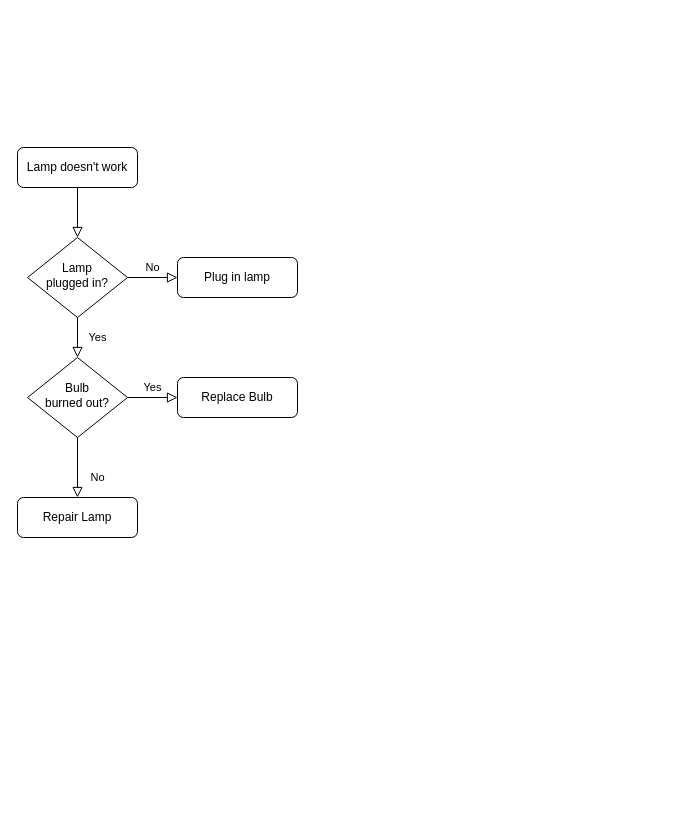
The draw.io diagram src/ReviewBanking.drawio in YunJuHyung/JAVAPractice, before the edit. Source tidied: cells renumbered, new cells numbered last; positions are measured from the earlier drawing's top-left corner, leaving out a move shared by most shapes. Both pictures are drawn from the tidied source at 100%, with x=0, y=0 at pixel (17, 147).
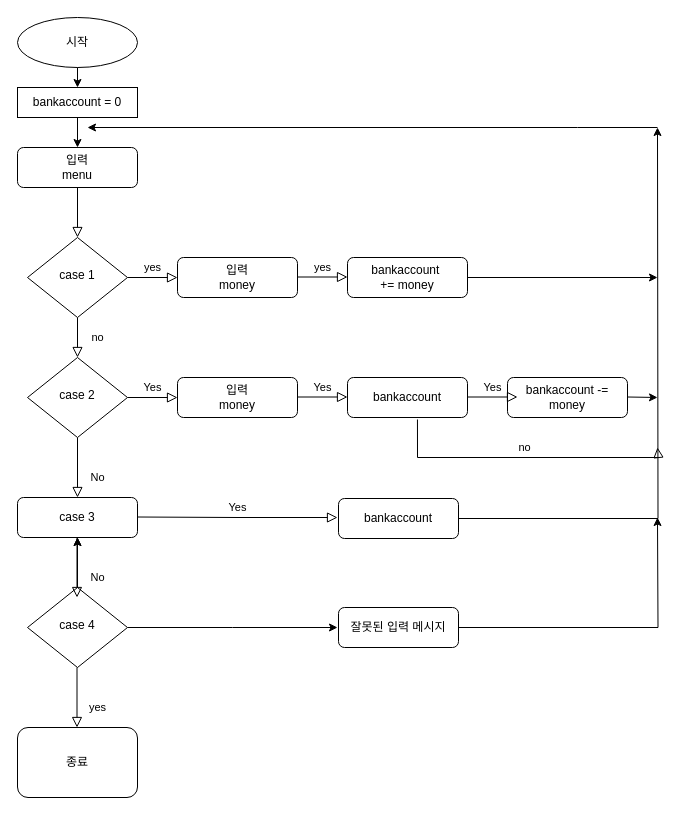
Above is the later version.

Diff of the diagram source:
```diff
@@
-    <mxCell id="3" value="Lamp doesn't work" style="rounded=1;whiteSpace=wrap;html=1;fontSize=12;glass=0;strokeWidth=1;shadow=0;" parent="1" vertex="1">
+    <mxCell id="3" value="입력&lt;br&gt;menu" style="rounded=1;whiteSpace=wrap;html=1;fontSize=12;glass=0;strokeWidth=1;shadow=0;" parent="1" vertex="1">
       <mxGeometry width="120" height="40" as="geometry" />
     </mxCell>
-    <mxCell id="4" value="Yes" style="rounded=0;html=1;jettySize=auto;fontSize=11;endArrow=block;endFill=0;endSize=8;strokeWidth=1;shadow=0;labelBackgroundColor=none;edgeStyle=orthogonalEdgeStyle;" parent="1" edge="1" source="6" target="10">
+    <mxCell id="4" value="no" style="rounded=0;html=1;jettySize=auto;fontSize=11;endArrow=block;endFill=0;endSize=8;strokeWidth=1;shadow=0;labelBackgroundColor=none;edgeStyle=orthogonalEdgeStyle;" parent="1" edge="1" source="6" target="10">
       <mxGeometry y="20" relative="1" as="geometry" />
     </mxCell>
-    <mxCell id="5" value="No" style="edgeStyle=orthogonalEdgeStyle;rounded=0;html=1;jettySize=auto;fontSize=11;endArrow=block;endFill=0;endSize=8;strokeWidth=1;shadow=0;labelBackgroundColor=none;" parent="1" edge="1" source="6" target="7">
-      <mxGeometry y="10" relative="1" as="geometry" />
+    <mxCell id="5" value="yes" style="edgeStyle=orthogonalEdgeStyle;rounded=0;html=1;jettySize=auto;fontSize=11;endArrow=block;endFill=0;endSize=8;strokeWidth=1;shadow=0;labelBackgroundColor=none;" parent="1" edge="1" source="6" target="7">
+      <mxGeometry y="10" relative="1" as="geometry">
+        <Array as="points">
+          <mxPoint x="150" y="130" />
+          <mxPoint x="150" y="130" />
+        </Array>
+      </mxGeometry>
     </mxCell>
-    <mxCell id="6" value="Lamp&lt;br&gt;plugged in?" style="rhombus;whiteSpace=wrap;html=1;shadow=0;fontFamily=Helvetica;fontSize=12;align=center;strokeWidth=1;spacing=6;spacingTop=-4;" parent="1" vertex="1">
+    <mxCell id="6" value="case 1" style="rhombus;whiteSpace=wrap;html=1;shadow=0;fontFamily=Helvetica;fontSize=12;align=center;strokeWidth=1;spacing=6;spacingTop=-4;" parent="1" vertex="1">
       <mxGeometry x="10" y="90" width="100" height="80" as="geometry" />
     </mxCell>
-    <mxCell id="7" value="Plug in lamp" style="rounded=1;whiteSpace=wrap;html=1;fontSize=12;glass=0;strokeWidth=1;shadow=0;" parent="1" vertex="1">
+    <mxCell id="7" value="입력&lt;br&gt;money" style="rounded=1;whiteSpace=wrap;html=1;fontSize=12;glass=0;strokeWidth=1;shadow=0;" parent="1" vertex="1">
       <mxGeometry x="160" y="110" width="120" height="40" as="geometry" />
     </mxCell>
@@
-    <mxCell id="10" value="Bulb&lt;br&gt;burned out?" style="rhombus;whiteSpace=wrap;html=1;shadow=0;fontFamily=Helvetica;fontSize=12;align=center;strokeWidth=1;spacing=6;spacingTop=-4;" parent="1" vertex="1">
+    <mxCell id="10" value="case 2" style="rhombus;whiteSpace=wrap;html=1;shadow=0;fontFamily=Helvetica;fontSize=12;align=center;strokeWidth=1;spacing=6;spacingTop=-4;" parent="1" vertex="1">
       <mxGeometry x="10" y="210" width="100" height="80" as="geometry" />
     </mxCell>
-    <mxCell id="11" value="Repair Lamp" style="rounded=1;whiteSpace=wrap;html=1;fontSize=12;glass=0;strokeWidth=1;shadow=0;" parent="1" vertex="1">
+    <mxCell id="11" value="case 3" style="rounded=1;whiteSpace=wrap;html=1;fontSize=12;glass=0;strokeWidth=1;shadow=0;" parent="1" vertex="1">
       <mxGeometry y="350" width="120" height="40" as="geometry" />
     </mxCell>
-    <mxCell id="12" value="Replace Bulb" style="rounded=1;whiteSpace=wrap;html=1;fontSize=12;glass=0;strokeWidth=1;shadow=0;" parent="1" vertex="1">
+    <mxCell id="12" value="입력&lt;br&gt;money" style="rounded=1;whiteSpace=wrap;html=1;fontSize=12;glass=0;strokeWidth=1;shadow=0;" parent="1" vertex="1">
       <mxGeometry x="160" y="230" width="120" height="40" as="geometry" />
     </mxCell>
+    <mxCell id="13" value="bankaccount&amp;nbsp;&lt;br&gt;+= money" style="rounded=1;whiteSpace=wrap;html=1;fontSize=12;glass=0;strokeWidth=1;shadow=0;" parent="1" vertex="1">
+      <mxGeometry x="330" y="110" width="120" height="40" as="geometry" />
+    </mxCell>
+    <mxCell id="14" value="yes" style="edgeStyle=orthogonalEdgeStyle;rounded=0;html=1;jettySize=auto;orthogonalLoop=1;fontSize=11;endArrow=block;endFill=0;endSize=8;strokeWidth=1;shadow=0;labelBackgroundColor=none;" parent="1" edge="1">
+      <mxGeometry y="10" relative="1" as="geometry">
+        <mxPoint x="280" y="129.5" as="sourcePoint" />
+        <mxPoint x="330" y="129.5" as="targetPoint" />
+        <Array as="points">
+          <mxPoint x="320" y="129.5" />
+          <mxPoint x="320" y="129.5" />
+        </Array>
+      </mxGeometry>
+    </mxCell>
+    <mxCell id="15" value="Yes" style="edgeStyle=orthogonalEdgeStyle;rounded=0;html=1;jettySize=auto;orthogonalLoop=1;fontSize=11;endArrow=block;endFill=0;endSize=8;strokeWidth=1;shadow=0;labelBackgroundColor=none;" parent="1" edge="1">
+      <mxGeometry y="10" relative="1" as="geometry">
+        <mxPoint x="280" y="249.5" as="sourcePoint" />
+        <mxPoint x="330" y="249.5" as="targetPoint" />
+      </mxGeometry>
+    </mxCell>
+    <mxCell id="16" value="bankaccount" style="rounded=1;whiteSpace=wrap;html=1;fontSize=12;glass=0;strokeWidth=1;shadow=0;" parent="1" vertex="1">
+      <mxGeometry x="330" y="230" width="120" height="40" as="geometry" />
+    </mxCell>
+    <mxCell id="17" value="bankaccount -= money" style="rounded=1;whiteSpace=wrap;html=1;fontSize=12;glass=0;strokeWidth=1;shadow=0;" parent="1" vertex="1">
+      <mxGeometry x="490" y="230" width="120" height="40" as="geometry" />
+    </mxCell>
+    <mxCell id="18" value="Yes" style="edgeStyle=orthogonalEdgeStyle;rounded=0;html=1;jettySize=auto;orthogonalLoop=1;fontSize=11;endArrow=block;endFill=0;endSize=8;strokeWidth=1;shadow=0;labelBackgroundColor=none;" parent="1" edge="1">
+      <mxGeometry y="10" relative="1" as="geometry">
+        <mxPoint x="450" y="249.5" as="sourcePoint" />
+        <mxPoint x="500" y="249.5" as="targetPoint" />
+      </mxGeometry>
+    </mxCell>
+    <mxCell id="19" value="Yes" style="edgeStyle=orthogonalEdgeStyle;rounded=0;html=1;jettySize=auto;orthogonalLoop=1;fontSize=11;endArrow=block;endFill=0;endSize=8;strokeWidth=1;shadow=0;labelBackgroundColor=none;" parent="1" edge="1">
+      <mxGeometry y="10" relative="1" as="geometry">
+        <mxPoint x="120" y="369.5" as="sourcePoint" />
+        <mxPoint x="320" y="370" as="targetPoint" />
+      </mxGeometry>
+    </mxCell>
+    <mxCell id="20" style="edgeStyle=orthogonalEdgeStyle;rounded=0;jettySize=auto;html=1;" parent="1" edge="1" source="21">
+      <mxGeometry relative="1" as="geometry">
+        <mxPoint x="640" y="-20" as="targetPoint" />
+      </mxGeometry>
+    </mxCell>
+    <mxCell id="21" value="bankaccount" style="rounded=1;whiteSpace=wrap;html=1;fontSize=12;glass=0;strokeWidth=1;shadow=0;" parent="1" vertex="1">
+      <mxGeometry x="321" y="351" width="120" height="40" as="geometry" />
+    </mxCell>
+    <mxCell id="22" style="edgeStyle=orthogonalEdgeStyle;rounded=0;jettySize=auto;html=1;" parent="1" edge="1" source="25">
+      <mxGeometry relative="1" as="geometry">
+        <mxPoint x="320" y="480" as="targetPoint" />
+      </mxGeometry>
+    </mxCell>
+    <mxCell id="23" style="edgeStyle=orthogonalEdgeStyle;rounded=0;jettySize=auto;html=1;" parent="1" edge="1" source="25" target="11">
+      <mxGeometry relative="1" as="geometry" />
+    </mxCell>
+    <mxCell id="24" style="edgeStyle=orthogonalEdgeStyle;rounded=0;jettySize=auto;html=1;" parent="1" edge="1" source="25" target="11">
+      <mxGeometry relative="1" as="geometry" />
+    </mxCell>
+    <mxCell id="25" value="case 4" style="rhombus;whiteSpace=wrap;html=1;shadow=0;fontFamily=Helvetica;fontSize=12;align=center;strokeWidth=1;spacing=6;spacingTop=-4;" parent="1" vertex="1">
+      <mxGeometry x="10" y="440" width="100" height="80" as="geometry" />
+    </mxCell>
+    <mxCell id="26" value="No" style="rounded=0;html=1;jettySize=auto;orthogonalLoop=1;fontSize=11;endArrow=block;endFill=0;endSize=8;strokeWidth=1;shadow=0;labelBackgroundColor=none;edgeStyle=orthogonalEdgeStyle;" parent="1" edge="1">
+      <mxGeometry x="0.33" y="20" relative="1" as="geometry">
+        <mxPoint x="59.5" y="390" as="sourcePoint" />
+        <mxPoint x="59.5" y="450" as="targetPoint" />
+      </mxGeometry>
+    </mxCell>
+    <mxCell id="27" style="edgeStyle=orthogonalEdgeStyle;rounded=0;jettySize=auto;html=1;" parent="1" edge="1" source="28">
+      <mxGeometry relative="1" as="geometry">
+        <mxPoint x="640" y="370" as="targetPoint" />
+      </mxGeometry>
+    </mxCell>
+    <mxCell id="28" value="잘못된 입력 메시지" style="rounded=1;whiteSpace=wrap;html=1;fontSize=12;glass=0;strokeWidth=1;shadow=0;" parent="1" vertex="1">
+      <mxGeometry x="321" y="460" width="120" height="40" as="geometry" />
+    </mxCell>
+    <mxCell id="29" style="endArrow=classic;html=1;rounded=0;" parent="1" edge="1">
+      <mxGeometry relative="1" as="geometry">
+        <mxPoint x="640" y="-20" as="sourcePoint" />
+        <mxPoint x="70" y="-20" as="targetPoint" />
+        <Array as="points">
+          <mxPoint x="560" y="-20" />
+        </Array>
+      </mxGeometry>
+    </mxCell>
+    <mxCell id="30" value="yes" style="rounded=0;html=1;jettySize=auto;orthogonalLoop=1;fontSize=11;endArrow=block;endFill=0;endSize=8;strokeWidth=1;shadow=0;labelBackgroundColor=none;edgeStyle=orthogonalEdgeStyle;" parent="1" edge="1">
+      <mxGeometry x="0.33" y="20" relative="1" as="geometry">
+        <mxPoint x="59.5" y="520" as="sourcePoint" />
+        <mxPoint x="59.5" y="580" as="targetPoint" />
+      </mxGeometry>
+    </mxCell>
+    <mxCell id="31" value="종료" style="rounded=1;whiteSpace=wrap;html=1;" parent="1" vertex="1">
+      <mxGeometry y="580" width="120" height="70" as="geometry" />
+    </mxCell>
+    <mxCell id="32" style="endArrow=classic;html=1;rounded=0;" parent="1" edge="1">
+      <mxGeometry relative="1" as="geometry">
+        <mxPoint x="450" y="130" as="sourcePoint" />
+        <mxPoint x="640" y="130" as="targetPoint" />
+      </mxGeometry>
+    </mxCell>
+    <mxCell id="33" style="endArrow=classic;html=1;rounded=0;" parent="1" edge="1">
+      <mxGeometry relative="1" as="geometry">
+        <mxPoint x="610" y="249.5" as="sourcePoint" />
+        <mxPoint x="640" y="250" as="targetPoint" />
+      </mxGeometry>
+    </mxCell>
+    <mxCell id="34" value="시작" style="ellipse;whiteSpace=wrap;html=1;" parent="1" vertex="1">
+      <mxGeometry y="-130" width="120" height="50" as="geometry" />
+    </mxCell>
+    <mxCell id="35" value="bankaccount = 0" style="rounded=0;whiteSpace=wrap;html=1;" parent="1" vertex="1">
+      <mxGeometry y="-60" width="120" height="30" as="geometry" />
+    </mxCell>
+    <mxCell id="36" style="endArrow=classic;html=1;rounded=0;exitX=0.5;exitY=1;exitDx=0;exitDy=0;" parent="1" edge="1" source="35" target="3">
+      <mxGeometry relative="1" as="geometry" />
+    </mxCell>
+    <mxCell id="37" style="endArrow=classic;html=1;rounded=0;entryX=0.5;entryY=0;entryDx=0;entryDy=0;" parent="1" edge="1" target="35">
+      <mxGeometry relative="1" as="geometry">
+        <mxPoint x="60" y="-80" as="sourcePoint" />
+      </mxGeometry>
+    </mxCell>
+    <mxCell id="38" value="no" style="edgeStyle=orthogonalEdgeStyle;rounded=0;html=1;jettySize=auto;fontSize=11;endArrow=block;endFill=0;endSize=8;strokeWidth=1;shadow=0;labelBackgroundColor=none;exitX=0.583;exitY=1.05;exitDx=0;exitDy=0;exitPerimeter=0;" parent="1" edge="1" source="16">
+      <mxGeometry y="10" relative="1" as="geometry">
+        <mxPoint x="640" y="300" as="targetPoint" />
+        <Array as="points">
+          <mxPoint x="400" y="310" />
+          <mxPoint x="641" y="310" />
+        </Array>
+      </mxGeometry>
+    </mxCell>
```
